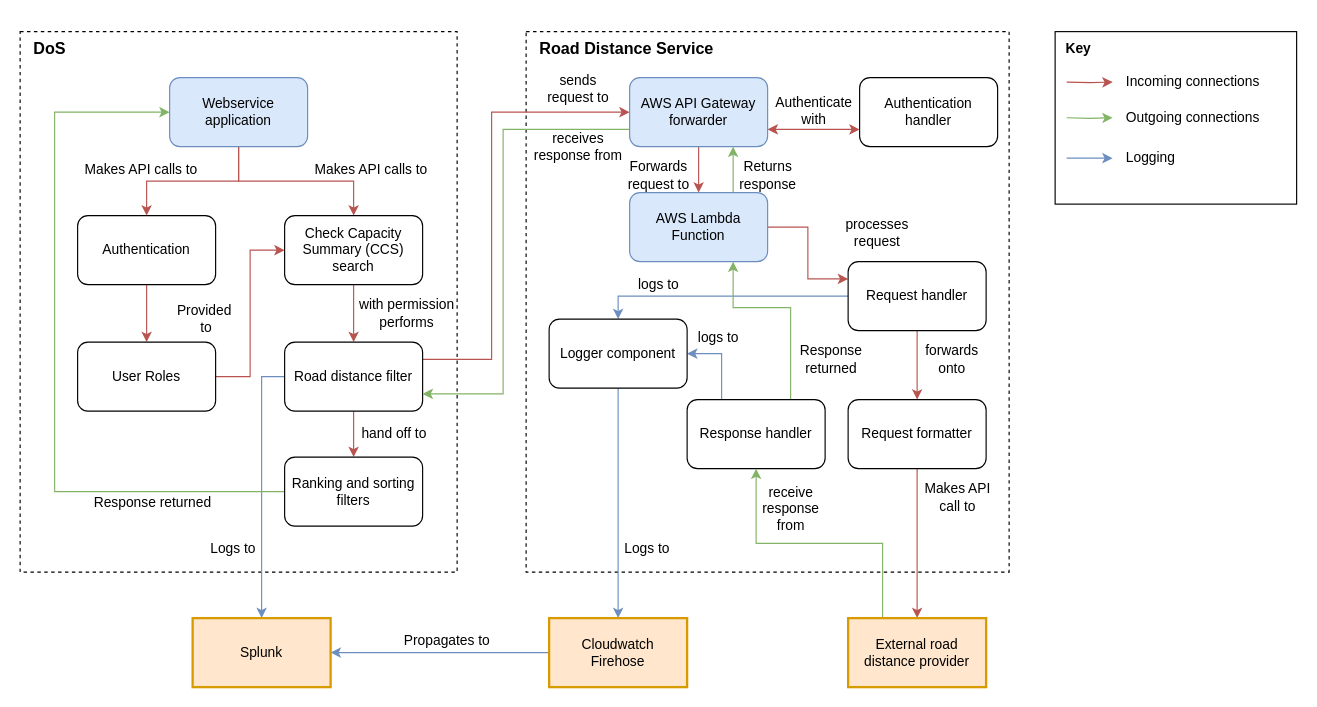
This is documentation/diagrams/phase_1/Road Distance Pilot - 3 Components.drawio from nhsd-exeter/dos-road-distance, a draw.io file, before an edit. Source tidied: cells renumbered, new cells numbered last; positions are measured from the earlier drawing's top-left corner, leaving out a move shared by most shapes. Both pictures are drawn from the tidied source at 115%, with x=0, y=0 at pixel (20, 20).
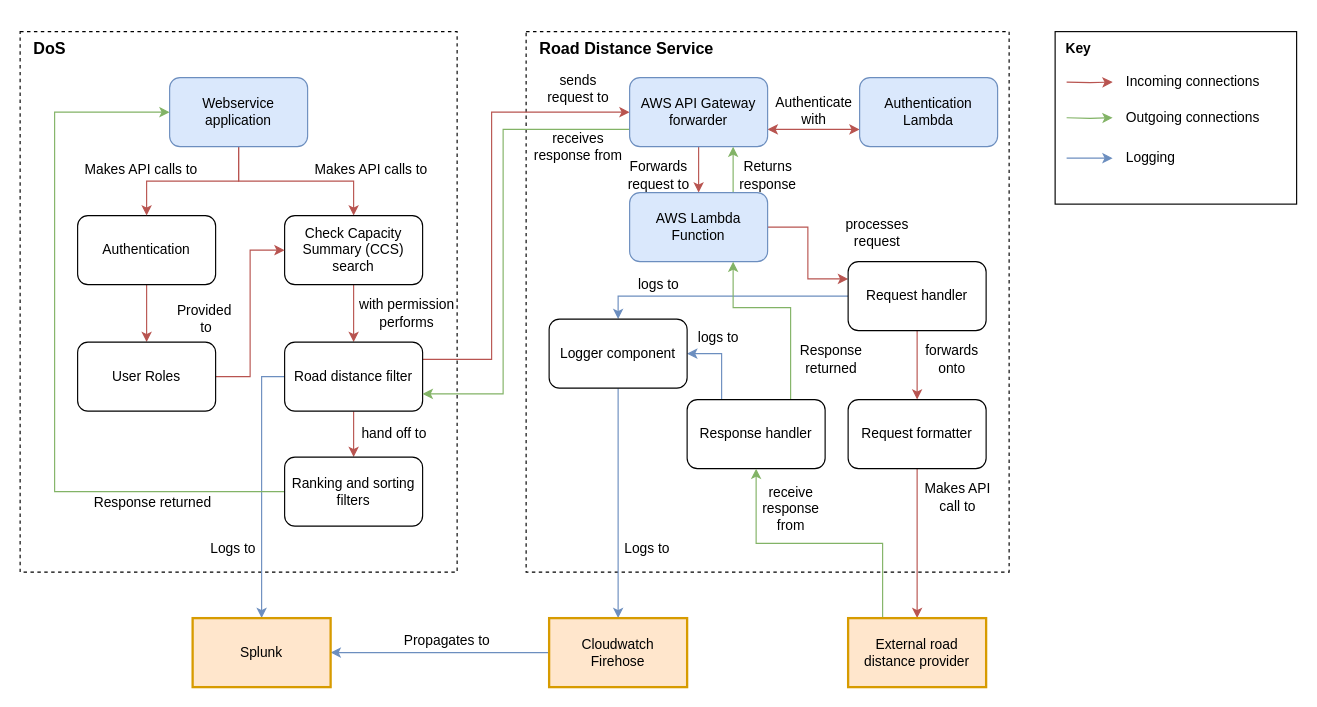
The same page after the edit.

Diff of the diagram source:
```diff
@@
-    <mxCell id="71" value="Authentication handler" style="rounded=1;whiteSpace=wrap;html=1;" parent="1" vertex="1">
+    <mxCell id="71" value="Authentication Lambda" style="rounded=1;whiteSpace=wrap;html=1;fillColor=#dae8fc;strokeColor=#6c8ebf;" parent="1" vertex="1">
       <mxGeometry x="730" y="50" width="120" height="60" as="geometry" />
     </mxCell>
```
